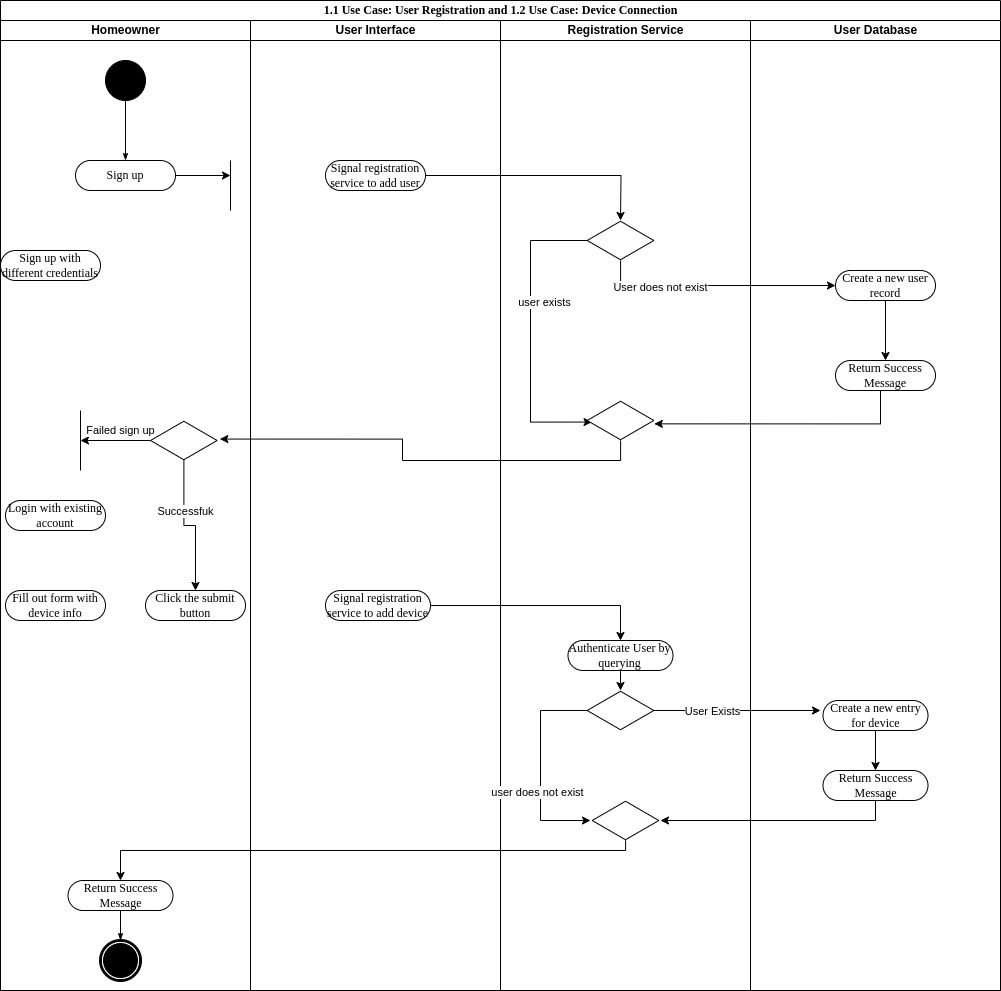
Above: Activity_RegistrationMicroservice.png in uvic-teach/project-m1-team15 (draw.io), before the change. Source tidied: cells renumbered, new cells last; positions are measured from the earlier drawing's top-left corner, leaving out a move shared by most shapes.
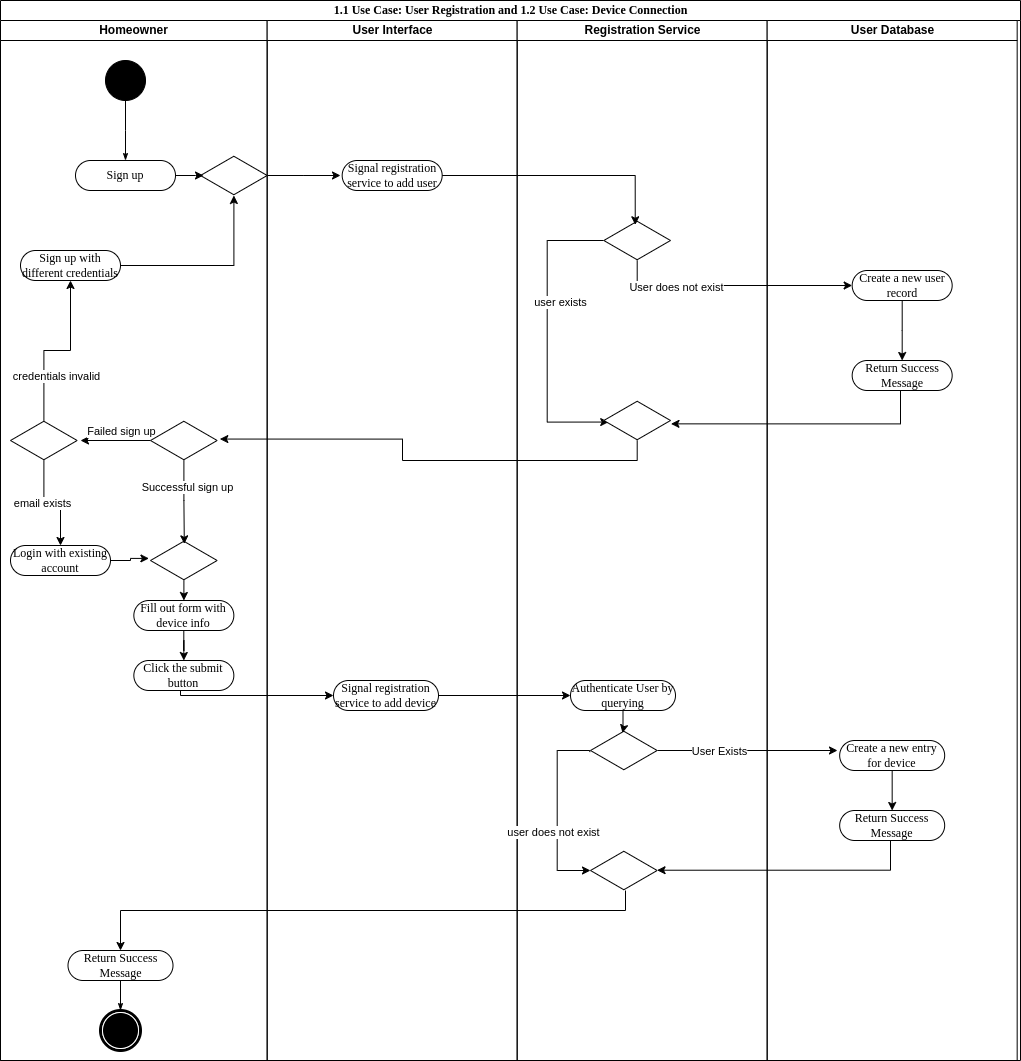
After the commit.

Diff of the diagram source:
```diff
@@ -3,10 +3,10 @@
     <mxCell id="0" />
     <mxCell id="1" parent="0" />
     <mxCell id="2" value="1.1 Use Case: User Registration and 1.2 Use Case: Device Connection" style="swimlane;html=1;startSize=20;rounded=0;shadow=0;comic=0;labelBackgroundColor=none;strokeWidth=1;fontFamily=Verdana;fontSize=12;align=center;" parent="1" vertex="1">
-      <mxGeometry width="1000" height="990" as="geometry" />
+      <mxGeometry width="1020" height="1060" as="geometry" />
     </mxCell>
     <mxCell id="3" value="Homeowner" style="swimlane;html=1;startSize=20;" parent="2" vertex="1">
-      <mxGeometry y="20" width="250" height="970" as="geometry" />
+      <mxGeometry y="20" width="266.7" height="1040" as="geometry" />
     </mxCell>
     <mxCell id="4" style="ellipse;whiteSpace=wrap;html=1;rounded=0;shadow=0;comic=0;labelBackgroundColor=none;strokeWidth=1;fillColor=#000000;fontFamily=Verdana;fontSize=12;align=center;" parent="3" vertex="1">
       <mxGeometry x="105" y="40" width="40" height="40" as="geometry" />
@@ -14,17 +14,20 @@
     <mxCell id="5" value="Sign up" style="rounded=1;whiteSpace=wrap;html=1;shadow=0;comic=0;labelBackgroundColor=none;strokeWidth=1;fontFamily=Verdana;fontSize=12;align=center;arcSize=50;" parent="3" vertex="1">
       <mxGeometry x="75" y="140" width="100" height="30" as="geometry" />
     </mxCell>
+    <mxCell id="53" style="edgeStyle=orthogonalEdgeStyle;rounded=0;jettySize=auto;html=1;entryX=0.5;entryY=0;entryDx=0;entryDy=0;" parent="3" edge="1" source="6" target="7">
+      <mxGeometry relative="1" as="geometry" />
+    </mxCell>
     <mxCell id="6" value="Fill out form with device info" style="rounded=1;whiteSpace=wrap;html=1;shadow=0;comic=0;labelBackgroundColor=none;strokeWidth=1;fontFamily=Verdana;fontSize=12;align=center;arcSize=50;" parent="3" vertex="1">
-      <mxGeometry x="5" y="570" width="100" height="30" as="geometry" />
+      <mxGeometry x="133.3" y="580" width="100" height="30" as="geometry" />
     </mxCell>
     <mxCell id="7" value="Click the submit button" style="rounded=1;whiteSpace=wrap;html=1;shadow=0;comic=0;labelBackgroundColor=none;strokeWidth=1;fontFamily=Verdana;fontSize=12;align=center;arcSize=50;" parent="3" vertex="1">
-      <mxGeometry x="145" y="570" width="100" height="30" as="geometry" />
+      <mxGeometry x="133.3" y="640" width="100" height="30" as="geometry" />
     </mxCell>
     <mxCell id="8" value="Return Success Message" style="rounded=1;whiteSpace=wrap;html=1;shadow=0;comic=0;labelBackgroundColor=none;strokeWidth=1;fontFamily=Verdana;fontSize=12;align=center;arcSize=50;" parent="3" vertex="1">
-      <mxGeometry x="67.5" y="860" width="105" height="30" as="geometry" />
+      <mxGeometry x="67.5" y="930" width="105" height="30" as="geometry" />
     </mxCell>
     <mxCell id="9" style="shape=mxgraph.bpmn.shape;html=1;verticalLabelPosition=bottom;labelBackgroundColor=#ffffff;verticalAlign=top;perimeter=ellipsePerimeter;outline=end;symbol=terminate;rounded=0;shadow=0;comic=0;strokeWidth=1;fontFamily=Verdana;fontSize=12;align=center;" parent="3" vertex="1">
-      <mxGeometry x="100" y="920" width="40" height="40" as="geometry" />
+      <mxGeometry x="100" y="990" width="40" height="40" as="geometry" />
     </mxCell>
     <mxCell id="10" style="edgeStyle=none;rounded=0;html=1;labelBackgroundColor=none;startArrow=none;startFill=0;startSize=5;endArrow=classicThin;endFill=1;endSize=5;jettySize=auto;strokeWidth=1;fontFamily=Verdana;fontSize=12;exitX=0.5;exitY=1;exitDx=0;exitDy=0;" parent="3" edge="1" source="8" target="9">
       <mxGeometry relative="1" as="geometry" />
@@ -39,44 +42,71 @@
         <mxPoint x="1" y="-9" as="offset" />
       </mxGeometry>
     </mxCell>
-    <mxCell id="13" style="edgeStyle=orthogonalEdgeStyle;rounded=0;jettySize=auto;html=1;entryX=0.5;entryY=0;entryDx=0;entryDy=0;" parent="3" edge="1" source="15" target="7">
-      <mxGeometry relative="1" as="geometry" />
-    </mxCell>
-    <mxCell id="14" value="Successfuk" style="edgeLabel;html=1;align=center;verticalAlign=middle;" parent="13" vertex="1">
-      <mxGeometry x="-0.29" y="1" relative="1" as="geometry" />
-    </mxCell>
     <mxCell id="15" style="html=1;whiteSpace=wrap;shape=isoRectangle;" parent="3" vertex="1">
       <mxGeometry x="150" y="400" width="66.7" height="40" as="geometry" />
     </mxCell>
+    <mxCell id="54" style="edgeStyle=orthogonalEdgeStyle;rounded=0;jettySize=auto;html=1;" parent="3" edge="1" source="16" target="56">
+      <mxGeometry relative="1" as="geometry" />
+    </mxCell>
     <mxCell id="16" value="Sign up with different credentials" style="rounded=1;whiteSpace=wrap;html=1;shadow=0;comic=0;labelBackgroundColor=none;strokeWidth=1;fontFamily=Verdana;fontSize=12;align=center;arcSize=50;" parent="3" vertex="1">
-      <mxGeometry y="230" width="100" height="30" as="geometry" />
+      <mxGeometry x="20" y="230" width="100" height="30" as="geometry" />
     </mxCell>
-    <mxCell id="17" style="endArrow=none;html=1;rounded=0;" parent="3" edge="1">
-      <mxGeometry relative="1" as="geometry">
-        <mxPoint x="230" y="190" as="sourcePoint" />
-        <mxPoint x="230" y="140" as="targetPoint" />
-      </mxGeometry>
-    </mxCell>
     <mxCell id="18" value="Login with existing account" style="rounded=1;whiteSpace=wrap;html=1;shadow=0;comic=0;labelBackgroundColor=none;strokeWidth=1;fontFamily=Verdana;fontSize=12;align=center;arcSize=50;" parent="3" vertex="1">
-      <mxGeometry x="5" y="480" width="100" height="30" as="geometry" />
+      <mxGeometry x="10" y="525" width="100" height="30" as="geometry" />
     </mxCell>
-    <mxCell id="19" style="endArrow=none;html=1;rounded=0;" parent="3" edge="1">
-      <mxGeometry relative="1" as="geometry">
-        <mxPoint x="80" y="450" as="sourcePoint" />
-        <mxPoint x="80" y="390" as="targetPoint" />
-      </mxGeometry>
-    </mxCell>
+    <mxCell id="55" style="edgeStyle=orthogonalEdgeStyle;rounded=0;jettySize=auto;html=1;" parent="3" edge="1" source="56">
+      <mxGeometry relative="1" as="geometry">
+        <mxPoint x="340" y="155" as="targetPoint" />
+      </mxGeometry>
+    </mxCell>
+    <mxCell id="56" style="html=1;whiteSpace=wrap;shape=isoRectangle;" parent="3" vertex="1">
+      <mxGeometry x="200" y="135" width="66.7" height="40" as="geometry" />
+    </mxCell>
+    <mxCell id="57" style="edgeStyle=orthogonalEdgeStyle;rounded=0;jettySize=auto;html=1;entryX=0.5;entryY=1;entryDx=0;entryDy=0;" parent="3" edge="1" source="61" target="16">
+      <mxGeometry relative="1" as="geometry" />
+    </mxCell>
+    <mxCell id="58" value="credentials invalid" style="edgeLabel;html=1;align=center;verticalAlign=middle;" parent="57" vertex="1">
+      <mxGeometry x="-0.24" y="1" relative="1" as="geometry">
+        <mxPoint x="13" y="19" as="offset" />
+      </mxGeometry>
+    </mxCell>
+    <mxCell id="59" style="edgeStyle=orthogonalEdgeStyle;rounded=0;jettySize=auto;html=1;entryX=0.5;entryY=0;entryDx=0;entryDy=0;" parent="3" edge="1" source="61" target="18">
+      <mxGeometry relative="1" as="geometry" />
+    </mxCell>
+    <mxCell id="60" value="email exists" style="edgeLabel;html=1;align=center;verticalAlign=middle;" parent="59" vertex="1">
+      <mxGeometry x="-0.17" y="-2" relative="1" as="geometry" />
+    </mxCell>
+    <mxCell id="61" style="html=1;whiteSpace=wrap;shape=isoRectangle;" parent="3" vertex="1">
+      <mxGeometry x="10" y="400" width="66.7" height="40" as="geometry" />
+    </mxCell>
+    <mxCell id="62" style="edgeStyle=orthogonalEdgeStyle;rounded=0;jettySize=auto;html=1;entryX=0.5;entryY=0;entryDx=0;entryDy=0;" parent="3" edge="1" source="63" target="6">
+      <mxGeometry relative="1" as="geometry" />
+    </mxCell>
+    <mxCell id="63" style="html=1;whiteSpace=wrap;shape=isoRectangle;" parent="3" vertex="1">
+      <mxGeometry x="150" y="520" width="66.7" height="40" as="geometry" />
+    </mxCell>
+    <mxCell id="64" style="edgeStyle=orthogonalEdgeStyle;rounded=0;jettySize=auto;html=1;entryX=-0.024;entryY=0.448;entryDx=0;entryDy=0;entryPerimeter=0;" parent="3" edge="1" source="18" target="63">
+      <mxGeometry relative="1" as="geometry" />
+    </mxCell>
+    <mxCell id="65" style="edgeStyle=orthogonalEdgeStyle;rounded=0;jettySize=auto;html=1;entryX=0.507;entryY=0.084;entryDx=0;entryDy=0;entryPerimeter=0;" parent="3" edge="1" source="15" target="63">
+      <mxGeometry relative="1" as="geometry" />
+    </mxCell>
+    <mxCell id="66" value="Successful sign up" style="edgeLabel;html=1;align=center;verticalAlign=middle;" parent="65" vertex="1">
+      <mxGeometry x="-0.36" y="3" relative="1" as="geometry">
+        <mxPoint y="-1" as="offset" />
+      </mxGeometry>
+    </mxCell>
     <mxCell id="20" value="User Interface" style="swimlane;html=1;startSize=20;" parent="2" vertex="1">
-      <mxGeometry x="250" y="20" width="250" height="970" as="geometry" />
+      <mxGeometry x="266.7" y="20" width="250" height="1040" as="geometry" />
     </mxCell>
     <mxCell id="21" value="Signal registration service to add user" style="rounded=1;whiteSpace=wrap;html=1;shadow=0;comic=0;labelBackgroundColor=none;strokeWidth=1;fontFamily=Verdana;fontSize=12;align=center;arcSize=50;" parent="20" vertex="1">
       <mxGeometry x="75" y="140" width="100" height="30" as="geometry" />
     </mxCell>
     <mxCell id="22" value="Signal registration service to add device" style="rounded=1;whiteSpace=wrap;html=1;shadow=0;comic=0;labelBackgroundColor=none;strokeWidth=1;fontFamily=Verdana;fontSize=12;align=center;arcSize=50;" parent="20" vertex="1">
-      <mxGeometry x="75" y="570" width="105" height="30" as="geometry" />
+      <mxGeometry x="66.3" y="660" width="105" height="30" as="geometry" />
     </mxCell>
     <mxCell id="23" value="Registration Service" style="swimlane;html=1;startSize=20;" parent="2" vertex="1">
-      <mxGeometry x="500" y="20" width="250" height="970" as="geometry" />
+      <mxGeometry x="516.7" y="20" width="250" height="1040" as="geometry" />
     </mxCell>
     <mxCell id="24" style="edgeStyle=orthogonalEdgeStyle;rounded=0;jettySize=auto;html=1;entryX=0.073;entryY=0.539;entryDx=0;entryDy=0;entryPerimeter=0;" parent="23" edge="1" source="26" target="27">
       <mxGeometry relative="1" as="geometry">
@@ -97,26 +127,23 @@
     <mxCell id="27" style="html=1;whiteSpace=wrap;shape=isoRectangle;" parent="23" vertex="1">
       <mxGeometry x="86.7" y="380" width="66.7" height="40" as="geometry" />
     </mxCell>
-    <mxCell id="28" style="edgeStyle=orthogonalEdgeStyle;rounded=0;jettySize=auto;html=1;" parent="23" edge="1" source="29" target="34">
-      <mxGeometry relative="1" as="geometry" />
-    </mxCell>
     <mxCell id="29" value="Authenticate User by querying" style="rounded=1;whiteSpace=wrap;html=1;shadow=0;comic=0;labelBackgroundColor=none;strokeWidth=1;fontFamily=Verdana;fontSize=12;align=center;arcSize=50;" parent="23" vertex="1">
-      <mxGeometry x="67.5" y="620" width="105" height="30" as="geometry" />
+      <mxGeometry x="53.3" y="660" width="105" height="30" as="geometry" />
     </mxCell>
     <mxCell id="30" style="edgeStyle=orthogonalEdgeStyle;rounded=0;jettySize=auto;html=1;" parent="23" edge="1" source="34">
       <mxGeometry relative="1" as="geometry">
-        <mxPoint x="320" y="690" as="targetPoint" />
+        <mxPoint x="320.3" y="730" as="targetPoint" />
       </mxGeometry>
     </mxCell>
     <mxCell id="31" value="User Exists" style="edgeLabel;html=1;align=center;verticalAlign=middle;" parent="30" vertex="1">
       <mxGeometry x="-0.31" relative="1" as="geometry" />
     </mxCell>
-    <mxCell id="32" style="edgeStyle=orthogonalEdgeStyle;rounded=0;jettySize=auto;html=1;" parent="23" edge="1" source="34">
+    <mxCell id="32" style="edgeStyle=orthogonalEdgeStyle;rounded=0;jettySize=auto;html=1;entryX=0;entryY=0.5;entryDx=0;entryDy=0;entryPerimeter=0;exitX=-0.011;exitY=0.539;exitDx=0;exitDy=0;exitPerimeter=0;" parent="23" edge="1" source="34" target="35">
       <mxGeometry relative="1" as="geometry">
-        <mxPoint x="90" y="800" as="targetPoint" />
         <Array as="points">
-          <mxPoint x="40" y="690" />
-          <mxPoint x="40" y="800" />
+          <mxPoint x="73" y="730" />
+          <mxPoint x="40" y="730" />
+          <mxPoint x="40" y="850" />
         </Array>
       </mxGeometry>
     </mxCell>
@@ -124,11 +151,14 @@
       <mxGeometry x="0.24" y="-4" relative="1" as="geometry" />
     </mxCell>
     <mxCell id="34" style="html=1;whiteSpace=wrap;shape=isoRectangle;" parent="23" vertex="1">
-      <mxGeometry x="86.7" y="670" width="66.7" height="40" as="geometry" />
+      <mxGeometry x="73.3" y="710" width="66.7" height="40" as="geometry" />
     </mxCell>
     <mxCell id="35" style="html=1;whiteSpace=wrap;shape=isoRectangle;" parent="23" vertex="1">
-      <mxGeometry x="91.7" y="780" width="66.7" height="40" as="geometry" />
+      <mxGeometry x="73.3" y="830" width="66.7" height="40" as="geometry" />
     </mxCell>
+    <mxCell id="28" style="edgeStyle=orthogonalEdgeStyle;rounded=0;jettySize=auto;html=1;entryX=0.48;entryY=0.061;entryDx=0;entryDy=0;entryPerimeter=0;" parent="23" edge="1" source="29" target="34">
+      <mxGeometry relative="1" as="geometry" />
+    </mxCell>
     <mxCell id="36" style="edgeStyle=orthogonalEdgeStyle;rounded=0;html=1;labelBackgroundColor=none;startArrow=none;startFill=0;startSize=5;endArrow=classicThin;endFill=1;endSize=5;jettySize=auto;strokeWidth=1;fontFamily=Verdana;fontSize=12;" parent="2" edge="1" source="4">
       <mxGeometry relative="1" as="geometry">
         <mxPoint x="125" y="160" as="targetPoint" />
@@ -136,36 +166,49 @@
     </mxCell>
     <mxCell id="37" style="edgeStyle=orthogonalEdgeStyle;rounded=0;jettySize=auto;html=1;" parent="2" edge="1" source="5">
       <mxGeometry relative="1" as="geometry">
-        <mxPoint x="230" y="175" as="targetPoint" />
+        <mxPoint x="203" y="175" as="targetPoint" />
       </mxGeometry>
     </mxCell>
-    <mxCell id="38" style="edgeStyle=orthogonalEdgeStyle;rounded=0;jettySize=auto;html=1;" parent="2" edge="1" source="21">
-      <mxGeometry relative="1" as="geometry">
-        <mxPoint x="620" y="220" as="targetPoint" />
-      </mxGeometry>
+    <mxCell id="38" style="edgeStyle=orthogonalEdgeStyle;rounded=0;jettySize=auto;html=1;entryX=0.471;entryY=0.107;entryDx=0;entryDy=0;entryPerimeter=0;" parent="2" edge="1" source="21" target="26">
+      <mxGeometry relative="1" as="geometry" />
     </mxCell>
-    <mxCell id="39" style="edgeStyle=orthogonalEdgeStyle;rounded=0;jettySize=auto;html=1;entryX=0.5;entryY=0;entryDx=0;entryDy=0;" parent="2" edge="1" source="22" target="29">
-      <mxGeometry relative="1" as="geometry" />
-    </mxCell>
-    <mxCell id="40" style="edgeStyle=orthogonalEdgeStyle;rounded=0;jettySize=auto;html=1;entryX=0.5;entryY=0;entryDx=0;entryDy=0;" parent="2" edge="1" source="35" target="8">
+    <mxCell id="40" style="edgeStyle=orthogonalEdgeStyle;rounded=0;jettySize=auto;html=1;entryX=0.5;entryY=0;entryDx=0;entryDy=0;" parent="2" edge="1" target="8">
       <mxGeometry relative="1" as="geometry">
+        <mxPoint x="625" y="890" as="sourcePoint" />
         <Array as="points">
-          <mxPoint x="625" y="850" />
-          <mxPoint x="120" y="850" />
+          <mxPoint x="625" y="910" />
+          <mxPoint x="120" y="910" />
         </Array>
       </mxGeometry>
     </mxCell>
     <mxCell id="41" style="edgeStyle=orthogonalEdgeStyle;rounded=0;jettySize=auto;html=1;entryX=1.04;entryY=0.464;entryDx=0;entryDy=0;entryPerimeter=0;" parent="2" edge="1" source="27" target="15">
       <mxGeometry relative="1" as="geometry">
         <Array as="points">
-          <mxPoint x="620" y="460" />
+          <mxPoint x="637" y="460" />
           <mxPoint x="402" y="460" />
           <mxPoint x="402" y="439" />
         </Array>
       </mxGeometry>
     </mxCell>
+    <mxCell id="50" style="edgeStyle=orthogonalEdgeStyle;rounded=0;jettySize=auto;html=1;entryX=0;entryY=0.5;entryDx=0;entryDy=0;" parent="2" edge="1" source="26" target="44">
+      <mxGeometry relative="1" as="geometry">
+        <Array as="points">
+          <mxPoint x="637" y="285" />
+        </Array>
+      </mxGeometry>
+    </mxCell>
+    <mxCell id="51" value="User does not exist" style="edgeLabel;html=1;align=center;verticalAlign=middle;" parent="50" vertex="1">
+      <mxGeometry x="-0.47" y="-1" relative="1" as="geometry" />
+    </mxCell>
+    <mxCell id="52" style="edgeStyle=orthogonalEdgeStyle;rounded=0;jettySize=auto;html=1;entryX=1.007;entryY=0.584;entryDx=0;entryDy=0;entryPerimeter=0;" parent="2" edge="1" source="45" target="27">
+      <mxGeometry relative="1" as="geometry">
+        <Array as="points">
+          <mxPoint x="900" y="423" />
+        </Array>
+      </mxGeometry>
+    </mxCell>
-    <mxCell id="42" value="User Database" style="swimlane;html=1;startSize=20;" parent="1" vertex="1">
-      <mxGeometry x="750" y="20" width="250" height="970" as="geometry" />
+    <mxCell id="42" value="User Database" style="swimlane;html=1;startSize=20;" parent="2" vertex="1">
+      <mxGeometry x="766.7" y="20" width="250" height="1040" as="geometry" />
     </mxCell>
     <mxCell id="43" style="edgeStyle=orthogonalEdgeStyle;rounded=0;jettySize=auto;html=1;" parent="42" edge="1" source="44">
       <mxGeometry relative="1" as="geometry">
@@ -182,35 +225,27 @@
       <mxGeometry relative="1" as="geometry" />
     </mxCell>
     <mxCell id="47" value="Create a new entry for device" style="rounded=1;whiteSpace=wrap;html=1;shadow=0;comic=0;labelBackgroundColor=none;strokeWidth=1;fontFamily=Verdana;fontSize=12;align=center;arcSize=50;" parent="42" vertex="1">
-      <mxGeometry x="72.5" y="680" width="105" height="30" as="geometry" />
+      <mxGeometry x="72.5" y="720" width="105" height="30" as="geometry" />
     </mxCell>
-    <mxCell id="48" style="edgeStyle=orthogonalEdgeStyle;rounded=0;jettySize=auto;html=1;" parent="42" edge="1" source="49">
-      <mxGeometry relative="1" as="geometry">
-        <mxPoint x="-90" y="800" as="targetPoint" />
-        <Array as="points">
-          <mxPoint x="125" y="800" />
-        </Array>
-      </mxGeometry>
-    </mxCell>
     <mxCell id="49" value="Return Success Message" style="rounded=1;whiteSpace=wrap;html=1;shadow=0;comic=0;labelBackgroundColor=none;strokeWidth=1;fontFamily=Verdana;fontSize=12;align=center;arcSize=50;" parent="42" vertex="1">
-      <mxGeometry x="72.5" y="750" width="105" height="30" as="geometry" />
+      <mxGeometry x="72.5" y="790" width="105" height="30" as="geometry" />
     </mxCell>
-    <mxCell id="50" style="edgeStyle=orthogonalEdgeStyle;rounded=0;jettySize=auto;html=1;entryX=0;entryY=0.5;entryDx=0;entryDy=0;" parent="1" edge="1" source="26" target="44">
-      <mxGeometry relative="1" as="geometry">
-        <Array as="points">
-          <mxPoint x="620" y="285" />
-        </Array>
-      </mxGeometry>
-    </mxCell>
-    <mxCell id="51" value="User does not exist" style="edgeLabel;html=1;align=center;verticalAlign=middle;" parent="50" vertex="1">
-      <mxGeometry x="-0.47" y="-1" relative="1" as="geometry" />
-    </mxCell>
-    <mxCell id="52" style="edgeStyle=orthogonalEdgeStyle;rounded=0;jettySize=auto;html=1;entryX=1.007;entryY=0.584;entryDx=0;entryDy=0;entryPerimeter=0;" parent="1" edge="1" source="45" target="27">
-      <mxGeometry relative="1" as="geometry">
-        <Array as="points">
-          <mxPoint x="880" y="423" />
-        </Array>
-      </mxGeometry>
-    </mxCell>
+    <mxCell id="67" style="edgeStyle=orthogonalEdgeStyle;rounded=0;jettySize=auto;html=1;entryX=0.998;entryY=0.493;entryDx=0;entryDy=0;entryPerimeter=0;" parent="2" edge="1" source="49" target="35">
+      <mxGeometry relative="1" as="geometry">
+        <Array as="points">
+          <mxPoint x="890" y="870" />
+        </Array>
+      </mxGeometry>
+    </mxCell>
+    <mxCell id="39" style="edgeStyle=orthogonalEdgeStyle;rounded=0;jettySize=auto;html=1;entryX=0;entryY=0.5;entryDx=0;entryDy=0;" parent="2" edge="1" source="22" target="29">
+      <mxGeometry relative="1" as="geometry" />
+    </mxCell>
+    <mxCell id="68" style="edgeStyle=orthogonalEdgeStyle;rounded=0;jettySize=auto;html=1;entryX=0;entryY=0.5;entryDx=0;entryDy=0;" parent="2" edge="1" source="7" target="22">
+      <mxGeometry relative="1" as="geometry">
+        <Array as="points">
+          <mxPoint x="180" y="695" />
+        </Array>
+      </mxGeometry>
+    </mxCell>
   </root>
 </mxGraphModel>
```
